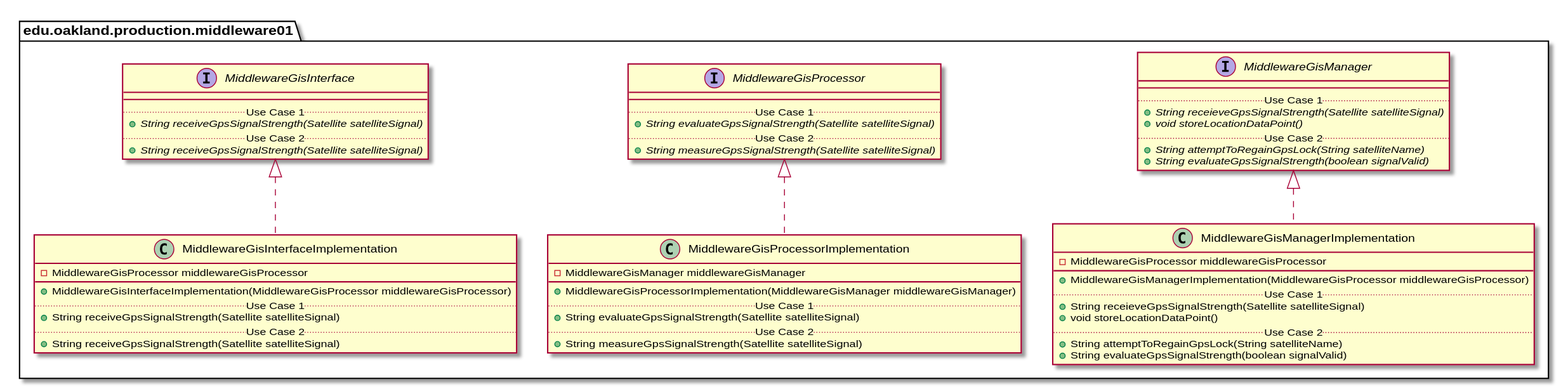
The PlantUML diagram docs/uml-class-diagrams/middleware01/production/Middleware01ProductionPackage_InternalDependencies.svg in andrewdimmer/csi-3370-software-project, before a commit. Source of this version:
```plantuml
@startuml Middleware01ProductionPackage_InternalDependencies



package edu.oakland.production.middleware01 {



}





package edu.oakland.production.middleware01 {

    interface MiddlewareGisInterface {

        __

        .. Use Case 1 ..

        {abstract} + String receiveGpsSignalStrength(Satellite satelliteSignal)

        .. Use Case 2 ..

        {abstract} + String receiveGpsSignalStrength(Satellite satelliteSignal)

    }

}





package edu.oakland.production.middleware01 {

    interface MiddlewareGisProcessor {

        __

        .. Use Case 1 ..

        {abstract} + String evaluateGpsSignalStrength(Satellite satelliteSignal)

        .. Use Case 2 ..

        {abstract} + String measureGpsSignalStrength(Satellite satelliteSignal)

    }

}





package edu.oakland.production.middleware01 {

    interface MiddlewareGisManager {

        __

        .. Use Case 1 ..

        {abstract} + String receieveGpsSignalStrength(Satellite satelliteSignal)

        {abstract} + void storeLocationDataPoint()

        .. Use Case 2 ..

        {abstract} + String attemptToRegainGpsLock(String satelliteName)

        {abstract} + String evaluateGpsSignalStrength(boolean signalValid)

    }

}





package edu.oakland.production.middleware01 {

    class MiddlewareGisInterfaceImplementation {

        - MiddlewareGisProcessor middlewareGisProcessor

        __

        + MiddlewareGisInterfaceImplementation(MiddlewareGisProcessor middlewareGisProcessor)

        .. Use Case 1 ..

        + String receiveGpsSignalStrength(Satellite satelliteSignal)

        .. Use Case 2 ..

        + String receiveGpsSignalStrength(Satellite satelliteSignal)

    }

}





MiddlewareGisInterfaceImplementation .up.|> MiddlewareGisInterface



package edu.oakland.production.middleware01 {

    class MiddlewareGisProcessorImplementation {

        - MiddlewareGisManager middlewareGisManager

        __

        + MiddlewareGisProcessorImplementation(MiddlewareGisManager middlewareGisManager)

        .. Use Case 1 ..

        + String evaluateGpsSignalStrength(Satellite satelliteSignal)

        .. Use Case 2 ..

        + String measureGpsSignalStrength(Satellite satelliteSignal)

    }

}





MiddlewareGisProcessorImplementation .up.|> MiddlewareGisProcessor



package edu.oakland.production.middleware01 {

    class MiddlewareGisManagerImplementation {

        - MiddlewareGisProcessor middlewareGisProcessor

        __

        + MiddlewareGisManagerImplementation(MiddlewareGisProcessor middlewareGisProcessor)

        .. Use Case 1 ..

        + String receieveGpsSignalStrength(Satellite satelliteSignal)

        + void storeLocationDataPoint()

        .. Use Case 2 ..

        + String attemptToRegainGpsLock(String satelliteName)

        + String evaluateGpsSignalStrength(boolean signalValid)

    }

}





MiddlewareGisManagerImplementation .up.|> MiddlewareGisManager



@enduml
```
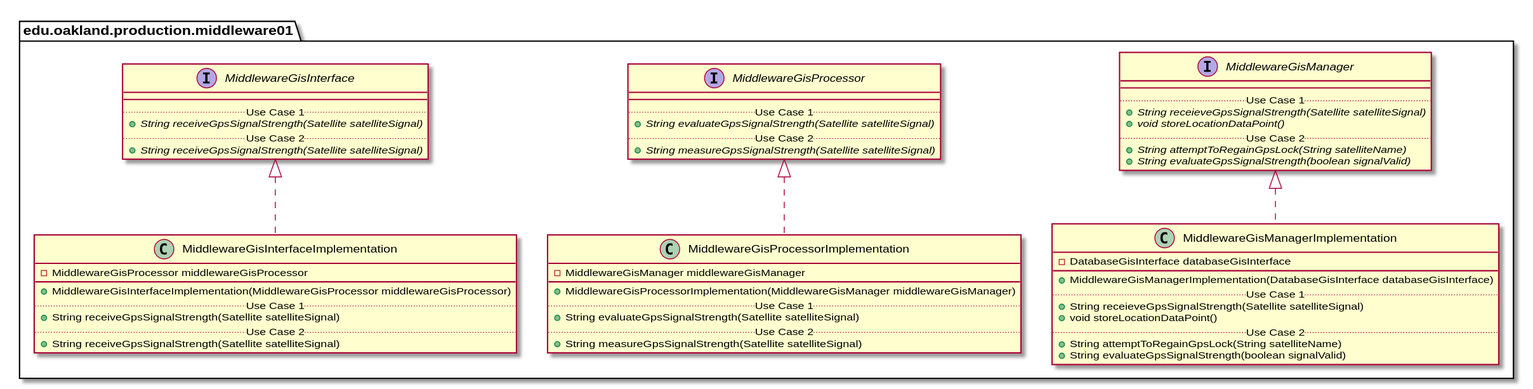
Above is the later version.

What changed in the source:
```diff
@@ -1,179 +1,90 @@
 @startuml Middleware01ProductionPackage_InternalDependencies
 
-
-
 package edu.oakland.production.middleware01 {
-
-
 
 }
 
 
-
+package edu.oakland.production.middleware01 {
+    interface MiddlewareGisInterface {
+        __
+        .. Use Case 1 ..
+        {abstract} + String receiveGpsSignalStrength(Satellite satelliteSignal)
+        .. Use Case 2 ..
+        {abstract} + String receiveGpsSignalStrength(Satellite satelliteSignal)
+    }
+}
 
 
 package edu.oakland.production.middleware01 {
-
-    interface MiddlewareGisInterface {
-
+    interface MiddlewareGisProcessor {
         __
-
         .. Use Case 1 ..
-
-        {abstract} + String receiveGpsSignalStrength(Satellite satelliteSignal)
-
+        {abstract} + String evaluateGpsSignalStrength(Satellite satelliteSignal)
         .. Use Case 2 ..
-
-        {abstract} + String receiveGpsSignalStrength(Satellite satelliteSignal)
-
+        {abstract} + String measureGpsSignalStrength(Satellite satelliteSignal)
     }
-
 }
 
 
-
+package edu.oakland.production.middleware01 {
+    interface MiddlewareGisManager {
+        __
+        .. Use Case 1 ..
+        {abstract} + String receieveGpsSignalStrength(Satellite satelliteSignal)
+        {abstract} + void storeLocationDataPoint()
+        .. Use Case 2 ..
+        {abstract} + String attemptToRegainGpsLock(String satelliteName)
+        {abstract} + String evaluateGpsSignalStrength(boolean signalValid)
+    }
+}
 
 
 package edu.oakland.production.middleware01 {
-
-    interface MiddlewareGisProcessor {
-
+    class MiddlewareGisInterfaceImplementation {
+        - MiddlewareGisProcessor middlewareGisProcessor
         __
-
+        + MiddlewareGisInterfaceImplementation(MiddlewareGisProcessor middlewareGisProcessor)
         .. Use Case 1 ..
-
-        {abstract} + String evaluateGpsSignalStrength(Satellite satelliteSignal)
-
+        + String receiveGpsSignalStrength(Satellite satelliteSignal)
         .. Use Case 2 ..
-
-        {abstract} + String measureGpsSignalStrength(Satellite satelliteSignal)
-
+        + String receiveGpsSignalStrength(Satellite satelliteSignal)
     }
-
 }
-
-
-
-
-
-package edu.oakland.production.middleware01 {
-
-    interface MiddlewareGisManager {
-
-        __
-
-        .. Use Case 1 ..
-
-        {abstract} + String receieveGpsSignalStrength(Satellite satelliteSignal)
-
-        {abstract} + void storeLocationDataPoint()
-
-        .. Use Case 2 ..
-
-        {abstract} + String attemptToRegainGpsLock(String satelliteName)
-
-        {abstract} + String evaluateGpsSignalStrength(boolean signalValid)
-
-    }
-
-}
-
-
-
-
-
-package edu.oakland.production.middleware01 {
-
-    class MiddlewareGisInterfaceImplementation {
-
-        - MiddlewareGisProcessor middlewareGisProcessor
-
-        __
-
-        + MiddlewareGisInterfaceImplementation(MiddlewareGisProcessor middlewareGisProcessor)
-
-        .. Use Case 1 ..
-
-        + String receiveGpsSignalStrength(Satellite satelliteSignal)
-
-        .. Use Case 2 ..
-
-        + String receiveGpsSignalStrength(Satellite satelliteSignal)
-
-    }
-
-}
-
-
-
 
 
 MiddlewareGisInterfaceImplementation .up.|> MiddlewareGisInterface
 
-
-
 package edu.oakland.production.middleware01 {
-
     class MiddlewareGisProcessorImplementation {
-
         - MiddlewareGisManager middlewareGisManager
-
         __
-
         + MiddlewareGisProcessorImplementation(MiddlewareGisManager middlewareGisManager)
-
         .. Use Case 1 ..
-
         + String evaluateGpsSignalStrength(Satellite satelliteSignal)
-
         .. Use Case 2 ..
-
         + String measureGpsSignalStrength(Satellite satelliteSignal)
-
     }
-
 }
-
-
-
 
 
 MiddlewareGisProcessorImplementation .up.|> MiddlewareGisProcessor
 
-
-
 package edu.oakland.production.middleware01 {
-
     class MiddlewareGisManagerImplementation {
-
-        - MiddlewareGisProcessor middlewareGisProcessor
-
+        - DatabaseGisInterface databaseGisInterface
         __
-
-        + MiddlewareGisManagerImplementation(MiddlewareGisProcessor middlewareGisProcessor)
-
+        + MiddlewareGisManagerImplementation(DatabaseGisInterface databaseGisInterface)
         .. Use Case 1 ..
-
         + String receieveGpsSignalStrength(Satellite satelliteSignal)
-
         + void storeLocationDataPoint()
-
         .. Use Case 2 ..
-
         + String attemptToRegainGpsLock(String satelliteName)
-
         + String evaluateGpsSignalStrength(boolean signalValid)
-
     }
-
 }
-
-
-
 
 
 MiddlewareGisManagerImplementation .up.|> MiddlewareGisManager
 
-
-
 @enduml
```
